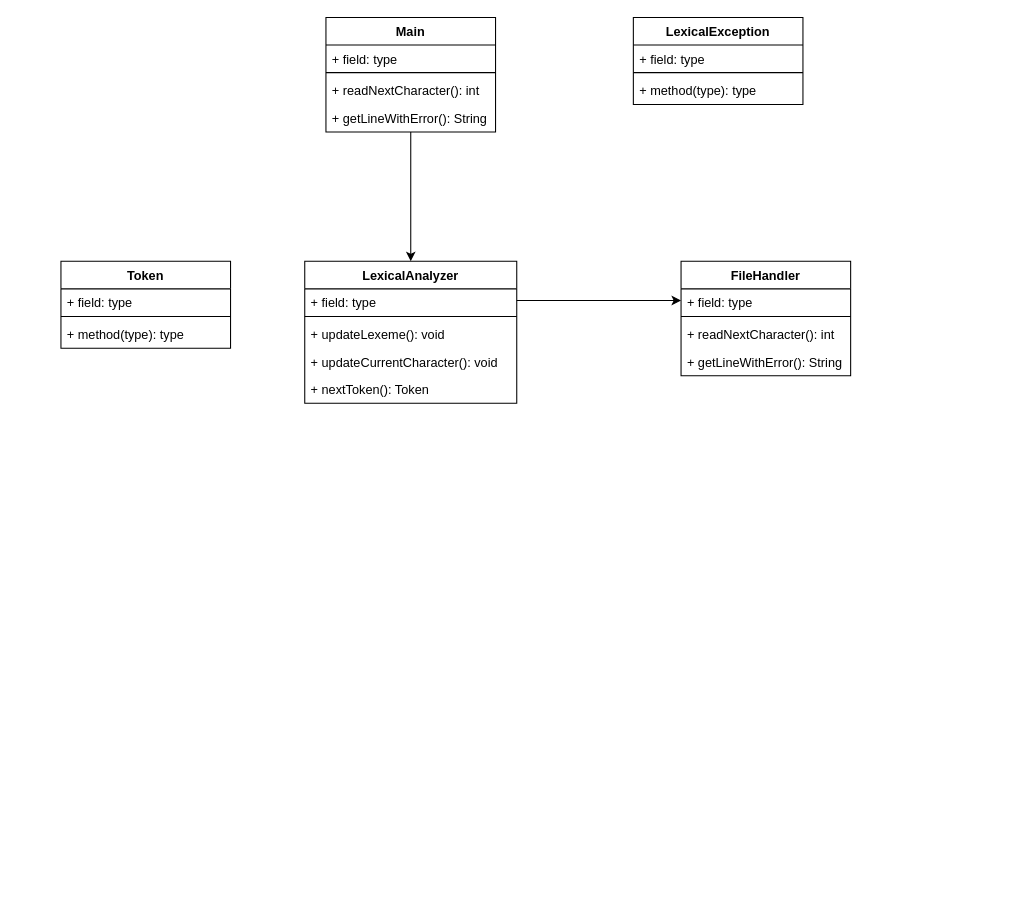
Before: CeI - Diagrama de clases etapa 1 .drawio in andresaguilar8/Compilador, a draw.io diagram. Source tidied: cells renumbered, new cells numbered last; positions are measured from the earlier drawing's top-left corner, leaving out a move shared by most shapes. Both pictures are drawn from the tidied source at 106%, with x=0, y=0 at pixel (60, 17).
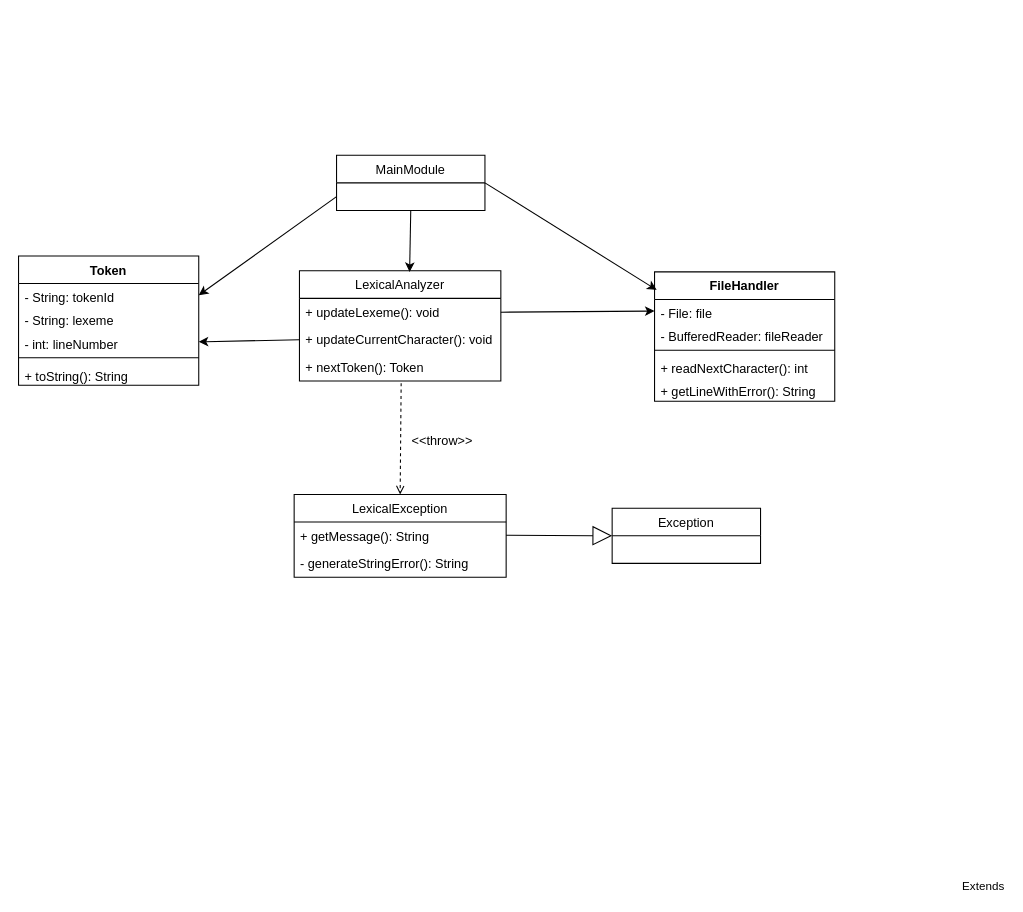
After the change.

Diff of the diagram source:
```diff
@@
+    <mxCell id="16" value="FileHandler" style="swimlane;fontStyle=1;align=center;verticalAlign=top;horizontal=1;startSize=26;" parent="1" vertex="1">
+      <mxGeometry x="560" y="240" width="170" height="122" as="geometry" />
+    </mxCell>
+    <mxCell id="17" value="- File: file" style="text;strokeColor=none;fillColor=none;align=left;verticalAlign=top;spacingLeft=4;spacingRight=4;overflow=hidden;points=[[0,0.5],[1,0.5]];portConstraint=eastwest;" parent="16" vertex="1">
+      <mxGeometry y="26" width="170" height="22" as="geometry" />
+    </mxCell>
+    <mxCell id="28" value="- BufferedReader: fileReader" style="text;strokeColor=none;fillColor=none;align=left;verticalAlign=top;spacingLeft=4;spacingRight=4;overflow=hidden;" parent="16" vertex="1">
+      <mxGeometry y="48" width="170" height="22" as="geometry" />
+    </mxCell>
+    <mxCell id="18" style="line;strokeWidth=1;fillColor=none;align=left;verticalAlign=middle;spacingTop=-1;spacingLeft=3;spacingRight=3;labelPosition=right;" parent="16" vertex="1">
+      <mxGeometry y="70" width="170" height="8" as="geometry" />
+    </mxCell>
+    <mxCell id="29" value="+ readNextCharacter(): int" style="text;strokeColor=none;fillColor=none;align=left;verticalAlign=top;spacingLeft=4;spacingRight=4;overflow=hidden;" parent="16" vertex="1">
+      <mxGeometry y="78" width="170" height="22" as="geometry" />
+    </mxCell>
+    <mxCell id="30" value="+ getLineWithError(): String" style="text;strokeColor=none;fillColor=none;align=left;verticalAlign=top;spacingLeft=4;spacingRight=4;overflow=hidden;" parent="16" vertex="1">
+      <mxGeometry y="100" width="170" height="22" as="geometry" />
+    </mxCell>
+    <mxCell id="26" style="endArrow=classic;html=1;rounded=0;exitX=1;exitY=0.5;exitDx=0;exitDy=0;entryX=0;entryY=0.5;entryDx=0;entryDy=0;" parent="1" edge="1" source="5" target="17">
+      <mxGeometry relative="1" as="geometry" />
+    </mxCell>
+    <mxCell id="27" style="endArrow=classic;html=1;rounded=0;exitX=0.5;exitY=1;exitDx=0;exitDy=0;entryX=0.547;entryY=0.01;entryDx=0;entryDy=0;entryPerimeter=0;" parent="1" edge="1" source="36" target="2">
+      <mxGeometry relative="1" as="geometry" />
+    </mxCell>
+    <mxCell id="12" value="Token" style="swimlane;fontStyle=1;align=center;verticalAlign=top;horizontal=1;startSize=26;" parent="1" vertex="1">
+      <mxGeometry x="-40" y="225" width="170" height="122" as="geometry" />
+    </mxCell>
+    <mxCell id="31" value="- String: tokenId" style="text;strokeColor=none;fillColor=none;align=left;verticalAlign=top;spacingLeft=4;spacingRight=4;overflow=hidden;" parent="12" vertex="1">
+      <mxGeometry y="26" width="170" height="22" as="geometry" />
+    </mxCell>
+    <mxCell id="32" value="- String: lexeme" style="text;strokeColor=none;fillColor=none;align=left;verticalAlign=top;spacingLeft=4;spacingRight=4;overflow=hidden;" parent="12" vertex="1">
+      <mxGeometry y="48" width="170" height="22" as="geometry" />
+    </mxCell>
+    <mxCell id="33" value="- int: lineNumber" style="text;strokeColor=none;fillColor=none;align=left;verticalAlign=top;spacingLeft=4;spacingRight=4;overflow=hidden;points=[[0,0.5],[1,0.5]];portConstraint=eastwest;" parent="12" vertex="1">
+      <mxGeometry y="70" width="170" height="22" as="geometry" />
+    </mxCell>
+    <mxCell id="34" style="line;strokeWidth=1;fillColor=none;align=left;verticalAlign=middle;spacingTop=-1;spacingLeft=3;spacingRight=3;labelPosition=right;" parent="12" vertex="1">
+      <mxGeometry y="92" width="170" height="8" as="geometry" />
+    </mxCell>
+    <mxCell id="35" value="+ toString(): String" style="text;strokeColor=none;fillColor=none;align=left;verticalAlign=top;spacingLeft=4;spacingRight=4;overflow=hidden;" parent="12" vertex="1">
+      <mxGeometry y="100" width="170" height="22" as="geometry" />
+    </mxCell>
+    <mxCell id="36" value="MainModule" style="swimlane;fontStyle=0;horizontal=1;startSize=26;fillColor=none;" parent="1" vertex="1">
+      <mxGeometry x="260" y="130" width="140" height="52" as="geometry" />
+    </mxCell>
+    <mxCell id="37" value="Exception" style="swimlane;fontStyle=0;horizontal=1;startSize=26;fillColor=none;" parent="1" vertex="1">
+      <mxGeometry x="520" y="463" width="140" height="52" as="geometry" />
+    </mxCell>
+    <mxCell id="38" value="Extends" style="endArrow=block;endSize=16;endFill=0;html=1;" parent="37" edge="1">
+      <mxGeometry x="1" y="-482" relative="1" as="geometry">
+        <mxPoint x="-100" y="25.5" as="sourcePoint" />
+        <mxPoint y="26" as="targetPoint" />
+        <mxPoint x="352" y="-151" as="offset" />
+      </mxGeometry>
+    </mxCell>
+    <mxCell id="39" style="endArrow=open;dashed=1;html=1;entryX=0.5;entryY=0;entryDx=0;entryDy=0;exitX=0.505;exitY=1.077;exitDx=0;exitDy=0;exitPerimeter=0;" parent="1" edge="1" source="7" target="8">
+      <mxGeometry relative="1" as="geometry" />
+    </mxCell>
+    <mxCell id="40" value="&amp;lt;&amp;lt;throw&amp;gt;&amp;gt;" style="text;html=1;strokeColor=none;fillColor=none;align=center;verticalAlign=middle;whiteSpace=wrap;rounded=0;" parent="1" vertex="1">
+      <mxGeometry x="340" y="390" width="40" height="20" as="geometry" />
+    </mxCell>
+    <mxCell id="8" value="LexicalException" style="swimlane;fontStyle=0;horizontal=1;startSize=26;fillColor=none;" parent="1" vertex="1">
+      <mxGeometry x="220" y="450" width="200" height="78" as="geometry" />
+    </mxCell>
+    <mxCell id="41" value="+ getMessage(): String" style="text;strokeColor=none;fillColor=none;align=left;verticalAlign=top;spacingLeft=4;spacingRight=4;overflow=hidden;" parent="8" vertex="1">
+      <mxGeometry y="26" width="200" height="26" as="geometry" />
+    </mxCell>
+    <mxCell id="42" value="- generateStringError(): String" style="text;strokeColor=none;fillColor=none;align=left;verticalAlign=top;spacingLeft=4;spacingRight=4;overflow=hidden;" parent="8" vertex="1">
+      <mxGeometry y="52" width="200" height="26" as="geometry" />
+    </mxCell>
-    <mxCell id="2" value="LexicalAnalyzer" style="swimlane;fontStyle=1;align=center;verticalAlign=top;horizontal=1;startSize=26;" parent="1" vertex="1">
-      <mxGeometry x="230" y="230" width="200" height="134" as="geometry" />
+    <mxCell id="2" value="LexicalAnalyzer" style="swimlane;fontStyle=0;horizontal=1;startSize=26;fillColor=none;" parent="1" vertex="1">
+      <mxGeometry x="225" y="239" width="190" height="104" as="geometry" />
     </mxCell>
-    <mxCell id="3" value="+ field: type" style="text;strokeColor=none;fillColor=none;align=left;verticalAlign=top;spacingLeft=4;spacingRight=4;overflow=hidden;points=[[0,0.5],[1,0.5]];portConstraint=eastwest;" parent="2" vertex="1">
-      <mxGeometry y="26" width="200" height="22" as="geometry" />
-    </mxCell>
-    <mxCell id="4" style="line;strokeWidth=1;fillColor=none;align=left;verticalAlign=middle;spacingTop=-1;spacingLeft=3;spacingRight=3;labelPosition=right;" parent="2" vertex="1">
-      <mxGeometry y="48" width="200" height="8" as="geometry" />
-    </mxCell>
     <mxCell id="5" value="+ updateLexeme(): void" style="text;strokeColor=none;fillColor=none;align=left;verticalAlign=top;spacingLeft=4;spacingRight=4;overflow=hidden;points=[[0,0.5],[1,0.5]];portConstraint=eastwest;" parent="2" vertex="1">
-      <mxGeometry y="56" width="200" height="26" as="geometry" />
+      <mxGeometry y="26" width="190" height="26" as="geometry" />
     </mxCell>
     <mxCell id="6" value="+ updateCurrentCharacter(): void" style="text;strokeColor=none;fillColor=none;align=left;verticalAlign=top;spacingLeft=4;spacingRight=4;overflow=hidden;points=[[0,0.5],[1,0.5]];portConstraint=eastwest;" parent="2" vertex="1">
-      <mxGeometry y="82" width="200" height="26" as="geometry" />
+      <mxGeometry y="52" width="190" height="26" as="geometry" />
     </mxCell>
     <mxCell id="7" value="+ nextToken(): Token" style="text;strokeColor=none;fillColor=none;align=left;verticalAlign=top;spacingLeft=4;spacingRight=4;overflow=hidden;points=[[0,0.5],[1,0.5]];portConstraint=eastwest;" parent="2" vertex="1">
-      <mxGeometry y="108" width="200" height="26" as="geometry" />
+      <mxGeometry y="78" width="190" height="26" as="geometry" />
     </mxCell>
-    <mxCell id="8" value="LexicalException" style="swimlane;fontStyle=1;align=center;verticalAlign=top;horizontal=1;startSize=26;" parent="1" vertex="1">
-      <mxGeometry x="540" width="160" height="82" as="geometry" />
-    </mxCell>
-    <mxCell id="9" value="+ field: type" style="text;strokeColor=none;fillColor=none;align=left;verticalAlign=top;spacingLeft=4;spacingRight=4;overflow=hidden;" parent="8" vertex="1">
-      <mxGeometry y="26" width="160" height="22" as="geometry" />
-    </mxCell>
-    <mxCell id="10" style="line;strokeWidth=1;fillColor=none;align=left;verticalAlign=middle;spacingTop=-1;spacingLeft=3;spacingRight=3;labelPosition=right;" parent="8" vertex="1">
-      <mxGeometry y="48" width="160" height="8" as="geometry" />
-    </mxCell>
-    <mxCell id="11" value="+ method(type): type" style="text;strokeColor=none;fillColor=none;align=left;verticalAlign=top;spacingLeft=4;spacingRight=4;overflow=hidden;" parent="8" vertex="1">
-      <mxGeometry y="56" width="160" height="26" as="geometry" />
-    </mxCell>
-    <mxCell id="12" value="Token" style="swimlane;fontStyle=1;align=center;verticalAlign=top;horizontal=1;startSize=26;" parent="1" vertex="1">
-      <mxGeometry y="230" width="160" height="82" as="geometry" />
-    </mxCell>
-    <mxCell id="13" value="+ field: type" style="text;strokeColor=none;fillColor=none;align=left;verticalAlign=top;spacingLeft=4;spacingRight=4;overflow=hidden;" parent="12" vertex="1">
-      <mxGeometry y="26" width="160" height="22" as="geometry" />
-    </mxCell>
-    <mxCell id="14" style="line;strokeWidth=1;fillColor=none;align=left;verticalAlign=middle;spacingTop=-1;spacingLeft=3;spacingRight=3;labelPosition=right;" parent="12" vertex="1">
-      <mxGeometry y="48" width="160" height="8" as="geometry" />
-    </mxCell>
-    <mxCell id="15" value="+ method(type): type" style="text;strokeColor=none;fillColor=none;align=left;verticalAlign=top;spacingLeft=4;spacingRight=4;overflow=hidden;" parent="12" vertex="1">
-      <mxGeometry y="56" width="160" height="26" as="geometry" />
-    </mxCell>
-    <mxCell id="16" value="FileHandler" style="swimlane;fontStyle=1;align=center;verticalAlign=top;horizontal=1;startSize=26;" parent="1" vertex="1">
-      <mxGeometry x="585" y="230" width="160" height="108" as="geometry" />
-    </mxCell>
-    <mxCell id="17" value="+ field: type" style="text;strokeColor=none;fillColor=none;align=left;verticalAlign=top;spacingLeft=4;spacingRight=4;overflow=hidden;points=[[0,0.5],[1,0.5]];portConstraint=eastwest;" parent="16" vertex="1">
-      <mxGeometry y="26" width="160" height="22" as="geometry" />
-    </mxCell>
-    <mxCell id="18" style="line;strokeWidth=1;fillColor=none;align=left;verticalAlign=middle;spacingTop=-1;spacingLeft=3;spacingRight=3;labelPosition=right;" parent="16" vertex="1">
-      <mxGeometry y="48" width="160" height="8" as="geometry" />
-    </mxCell>
-    <mxCell id="19" value="+ readNextCharacter(): int" style="text;strokeColor=none;fillColor=none;align=left;verticalAlign=top;spacingLeft=4;spacingRight=4;overflow=hidden;" parent="16" vertex="1">
-      <mxGeometry y="56" width="160" height="26" as="geometry" />
-    </mxCell>
-    <mxCell id="20" value="+ getLineWithError(): String" style="text;strokeColor=none;fillColor=none;align=left;verticalAlign=top;spacingLeft=4;spacingRight=4;overflow=hidden;" parent="16" vertex="1">
-      <mxGeometry y="82" width="160" height="26" as="geometry" />
-    </mxCell>
-    <mxCell id="21" value="Main" style="swimlane;fontStyle=1;align=center;verticalAlign=top;horizontal=1;startSize=26;" parent="1" vertex="1">
-      <mxGeometry x="250" width="160" height="108" as="geometry" />
-    </mxCell>
-    <mxCell id="22" value="+ field: type" style="text;strokeColor=none;fillColor=none;align=left;verticalAlign=top;spacingLeft=4;spacingRight=4;overflow=hidden;" parent="21" vertex="1">
-      <mxGeometry y="26" width="160" height="22" as="geometry" />
-    </mxCell>
-    <mxCell id="23" style="line;strokeWidth=1;fillColor=none;align=left;verticalAlign=middle;spacingTop=-1;spacingLeft=3;spacingRight=3;labelPosition=right;" parent="21" vertex="1">
-      <mxGeometry y="48" width="160" height="8" as="geometry" />
-    </mxCell>
-    <mxCell id="24" value="+ readNextCharacter(): int" style="text;strokeColor=none;fillColor=none;align=left;verticalAlign=top;spacingLeft=4;spacingRight=4;overflow=hidden;" parent="21" vertex="1">
-      <mxGeometry y="56" width="160" height="26" as="geometry" />
-    </mxCell>
-    <mxCell id="25" value="+ getLineWithError(): String" style="text;strokeColor=none;fillColor=none;align=left;verticalAlign=top;spacingLeft=4;spacingRight=4;overflow=hidden;" parent="21" vertex="1">
-      <mxGeometry y="82" width="160" height="26" as="geometry" />
-    </mxCell>
-    <mxCell id="26" style="endArrow=classic;html=1;rounded=0;exitX=1;exitY=0.5;exitDx=0;exitDy=0;entryX=0;entryY=0.5;entryDx=0;entryDy=0;" parent="1" edge="1" source="3" target="17">
-      <mxGeometry relative="1" as="geometry" />
-    </mxCell>
-    <mxCell id="27" style="endArrow=classic;html=1;rounded=0;exitX=0.5;exitY=1;exitDx=0;exitDy=0;" parent="1" edge="1" source="21" target="2">
-      <mxGeometry relative="1" as="geometry" />
-    </mxCell>
+    <mxCell id="43" style="endArrow=classic;html=1;rounded=0;exitX=0;exitY=0.5;exitDx=0;exitDy=0;entryX=1;entryY=0.5;entryDx=0;entryDy=0;" parent="1" edge="1" source="6" target="33">
+      <mxGeometry relative="1" as="geometry" />
+    </mxCell>
+    <mxCell id="44" style="endArrow=classic;html=1;rounded=0;exitX=1;exitY=0.5;exitDx=0;exitDy=0;" parent="1" edge="1" source="36">
+      <mxGeometry relative="1" as="geometry">
+        <mxPoint x="562" y="257" as="targetPoint" />
+      </mxGeometry>
+    </mxCell>
+    <mxCell id="45" style="endArrow=classic;html=1;rounded=0;exitX=0;exitY=0.75;exitDx=0;exitDy=0;" parent="1" edge="1" source="36">
+      <mxGeometry relative="1" as="geometry">
+        <mxPoint x="130" y="262" as="targetPoint" />
+      </mxGeometry>
+    </mxCell>
```
